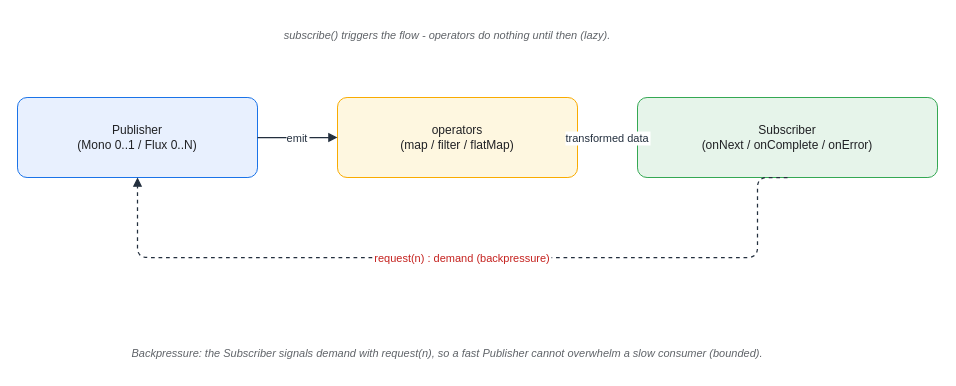
KKamJi98/kkamji98.github.io keeps this draw.io diagram as assets/img/spring/spring-10-mono-flux-backpressure.drawio. Above is the earlier version. Source tidied: cells renumbered, new cells numbered last; positions are measured from the earlier drawing's top-left corner, leaving out a move shared by most shapes. Both pictures are drawn from the tidied source at 100%, with x=0, y=0 at pixel (17, 17).
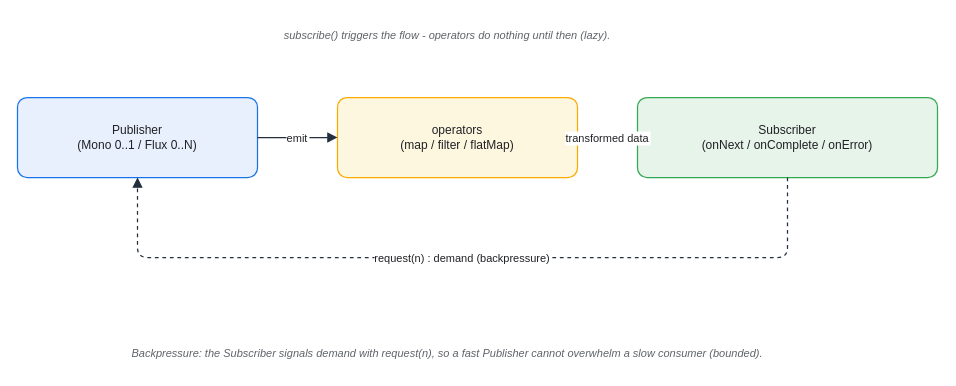
The same page after the edit.

The edit, as a diff of the source:
```diff
@@
 <mxGraphModel background="#FFFFFF">
   <root>
     <mxCell id="0" />
     <mxCell id="1" parent="0" />
-    <mxCell id="2" value="Publisher&#10;(Mono 0..1 / Flux 0..N)" style="rounded=1;whiteSpace=wrap;html=0;arcSize=12;shadow=0;fillColor=#E8F0FE;strokeColor=#1A73E8;fontColor=#202124;" parent="1" vertex="1">
+    <mxCell id="2" value="Publisher&#10;(Mono 0..1 / Flux 0..N)" style="rounded=1;whiteSpace=wrap;html=0;arcSize=12;shadow=0;fillColor=#E8F0FE;strokeColor=#1A73E8;fontColor=#202124;strokeWidth=1.25;" parent="1" vertex="1">
       <mxGeometry y="80" width="240" height="80" as="geometry" />
     </mxCell>
-    <mxCell id="3" value="operators&#10;(map / filter / flatMap)" style="rounded=1;whiteSpace=wrap;html=0;arcSize=12;shadow=0;fillColor=#FEF7E0;strokeColor=#F9AB00;fontColor=#202124;" parent="1" vertex="1">
+    <mxCell id="3" value="operators&#10;(map / filter / flatMap)" style="rounded=1;whiteSpace=wrap;html=0;arcSize=12;shadow=0;fillColor=#FEF7E0;strokeColor=#F9AB00;fontColor=#202124;strokeWidth=1.25;" parent="1" vertex="1">
       <mxGeometry x="320" y="80" width="240" height="80" as="geometry" />
     </mxCell>
-    <mxCell id="4" value="Subscriber&#10;(onNext / onComplete / onError)" style="rounded=1;whiteSpace=wrap;html=0;arcSize=12;shadow=0;fillColor=#E6F4EA;strokeColor=#34A853;fontColor=#202124;" parent="1" vertex="1">
+    <mxCell id="4" value="Subscriber&#10;(onNext / onComplete / onError)" style="rounded=1;whiteSpace=wrap;html=0;arcSize=12;shadow=0;fillColor=#E6F4EA;strokeColor=#34A853;fontColor=#202124;strokeWidth=1.25;" parent="1" vertex="1">
       <mxGeometry x="620" y="80" width="300" height="80" as="geometry" />
     </mxCell>
     <mxCell id="5" value="subscribe() triggers the flow - operators do nothing until then (lazy)." style="text;html=0;align=center;verticalAlign=middle;whiteSpace=wrap;fontSize=11;fontColor=#5F6368;fontStyle=2;" parent="1" vertex="1">
       <mxGeometry width="860" height="35" as="geometry" />
     </mxCell>
     <mxCell id="6" value="Backpressure: the Subscriber signals demand with request(n), so a fast Publisher cannot overwhelm a slow consumer (bounded)." style="text;html=0;align=center;verticalAlign=middle;whiteSpace=wrap;fontSize=11;fontColor=#5F6368;fontStyle=2;" parent="1" vertex="1">
       <mxGeometry y="320" width="860" height="32" as="geometry" />
     </mxCell>
-    <mxCell id="7" value="emit" style="edgeStyle=orthogonalEdgeStyle;rounded=1;html=0;fontColor=#232F3E;strokeColor=#232F3E;labelBackgroundColor=#FFFFFF;endArrow=block;exitX=1;exitY=0.5;exitDx=0;exitDy=0;entryX=0;entryY=0.5;entryDx=0;entryDy=0;strokeWidth=1.25;" parent="1" edge="1" source="2" target="3">
+    <mxCell id="7" value="emit" style="edgeStyle=orthogonalEdgeStyle;rounded=1;html=0;fontColor=#202124;strokeColor=#232F3E;labelBackgroundColor=#FFFFFF;endArrow=block;exitX=1;exitY=0.5;exitDx=0;exitDy=0;entryX=0;entryY=0.5;entryDx=0;entryDy=0;strokeWidth=1.25;endSize=7;" parent="1" edge="1" source="2" target="3">
       <mxGeometry relative="1" as="geometry" />
     </mxCell>
-    <mxCell id="8" value="transformed data" style="edgeStyle=orthogonalEdgeStyle;rounded=1;html=0;fontColor=#232F3E;strokeColor=#232F3E;labelBackgroundColor=#FFFFFF;endArrow=block;exitX=1;exitY=0.5;exitDx=0;exitDy=0;entryX=0;entryY=0.5;entryDx=0;entryDy=0;strokeWidth=1.25;" parent="1" edge="1" source="3" target="4">
+    <mxCell id="8" value="transformed data" style="edgeStyle=orthogonalEdgeStyle;rounded=1;html=0;fontColor=#202124;strokeColor=#232F3E;labelBackgroundColor=#FFFFFF;endArrow=block;exitX=1;exitY=0.5;exitDx=0;exitDy=0;entryX=0;entryY=0.5;entryDx=0;entryDy=0;strokeWidth=1.25;endSize=7;" parent="1" edge="1" source="3" target="4">
       <mxGeometry relative="1" as="geometry" />
     </mxCell>
-    <mxCell id="9" value="request(n) : demand (backpressure)" style="edgeStyle=orthogonalEdgeStyle;rounded=1;html=0;dashed=1;fontColor=#C5221F;strokeColor=#232F3E;labelBackgroundColor=#FFFFFF;endArrow=block;exitX=0.5;exitY=1;exitDx=0;exitDy=0;entryX=0.5;entryY=1;entryDx=0;entryDy=0;strokeWidth=1.25;" parent="1" edge="1" source="4" target="2">
+    <mxCell id="9" value="request(n) : demand (backpressure)" style="edgeStyle=orthogonalEdgeStyle;rounded=1;html=0;dashed=1;fontColor=#202124;strokeColor=#232F3E;labelBackgroundColor=#FFFFFF;endArrow=block;exitX=0.5;exitY=1;exitDx=0;exitDy=0;entryX=0.5;entryY=1;entryDx=0;entryDy=0;strokeWidth=1.25;endSize=7;" parent="1" edge="1" source="4" target="2">
       <mxGeometry relative="1" as="geometry">
         <Array as="points">
+          <mxPoint x="770" y="240" />
           <mxPoint x="740" y="240" />
           <mxPoint x="120" y="240" />
         </Array>
       </mxGeometry>
     </mxCell>
   </root>
 </mxGraphModel>
```
